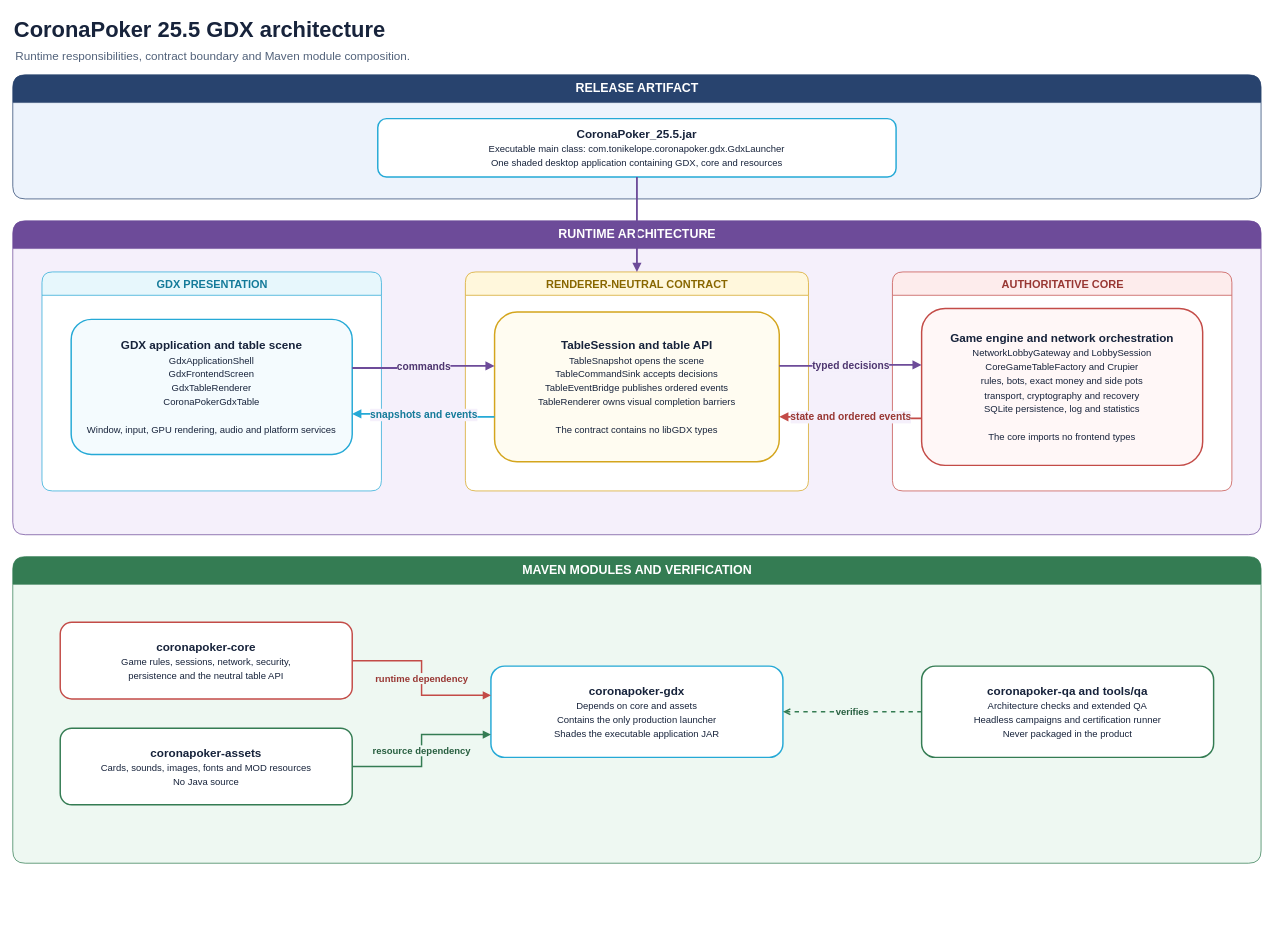
Above: docs/diagrams/coronapoker-module-map.drawio in tonikelope/coronapoker (draw.io), before the change. Source tidied: cells renumbered, new cells numbered last; positions are measured from the earlier drawing's top-left corner, leaving out a move shared by most shapes. Both pictures are drawn from the tidied source at 73%, with x=0, y=0 at pixel (12, 12).
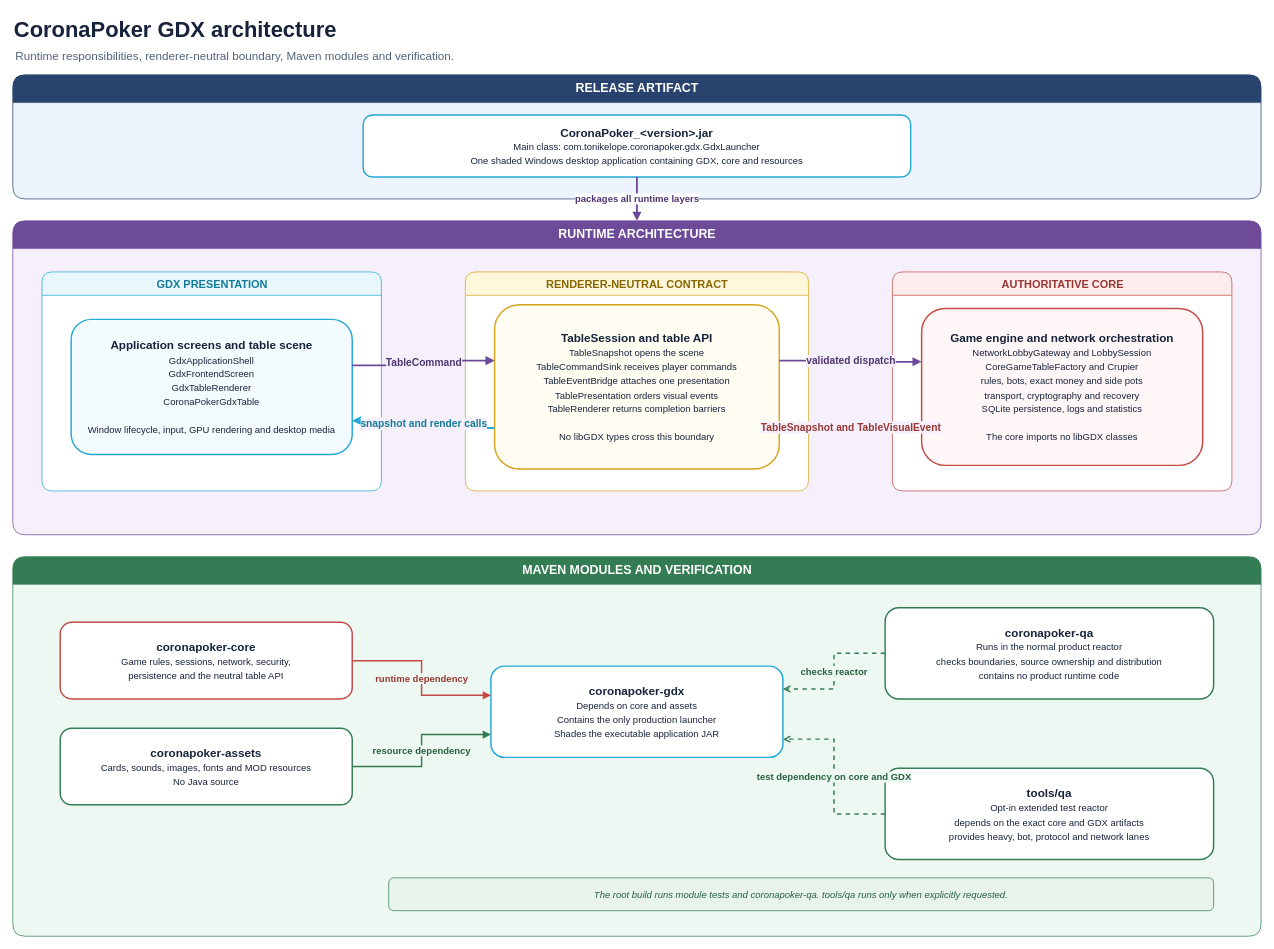
The same page after the edit.

Commit message (it also covers changes not shown here):
Correct GDX architecture documentation

Unchanged cells that the change refers to:
```xml
<mxCell id="6" value="RUNTIME ARCHITECTURE" style="swimlane;html=1;rounded=1;startSize=38;horizontal=1;fillColor=#6D4B99;swimlaneFillColor=#F5F0FB;strokeColor=#6D4B99;fontColor=#FFFFFF;fontSize=17;fontStyle=1;" parent="1" vertex="1">
  <mxGeometry y="285" width="1710" height="430" as="geometry" />
</mxCell>
<mxCell id="9" value="RENDERER-NEUTRAL CONTRACT" style="swimlane;html=1;rounded=1;startSize=32;horizontal=1;fillColor=#FFF7DC;swimlaneFillColor=#FFFFFF;strokeColor=#D4A51D;fontColor=#886600;fontSize=15;fontStyle=1;" parent="1" vertex="1">
  <mxGeometry x="620" y="355" width="470" height="300" as="geometry" />
</mxCell>
<mxCell id="21" value="&lt;b&gt;coronapoker-gdx&lt;/b&gt;&lt;br&gt;&lt;font size=&quot;2&quot;&gt;Depends on core and assets&lt;br&gt;Contains the only production launcher&lt;br&gt;Shades the executable application JAR&lt;/font&gt;" style="rounded=1;whiteSpace=wrap;html=1;fillColor=#FFFFFF;strokeColor=#25A9D6;strokeWidth=2;fontColor=#17233B;fontSize=16;" parent="1" vertex="1">
  <mxGeometry x="655" y="895" width="400" height="125" as="geometry" />
</mxCell>
```

Diff of the diagram source:
```diff
@@
-    <mxCell id="2" value="CoronaPoker 25.5 GDX architecture" style="text;html=1;strokeColor=none;fillColor=none;align=left;verticalAlign=middle;fontSize=30;fontStyle=1;fontColor=#17233B;" parent="1" vertex="1">
+    <mxCell id="2" value="CoronaPoker GDX architecture" style="text;html=1;strokeColor=none;fillColor=none;align=left;verticalAlign=middle;fontSize=30;fontStyle=1;fontColor=#17233B;" parent="1" vertex="1">
       <mxGeometry width="1050" height="45" as="geometry" />
     </mxCell>
-    <mxCell id="3" value="Runtime responsibilities, contract boundary and Maven module composition." style="text;html=1;strokeColor=none;fillColor=none;align=left;verticalAlign=middle;fontSize=16;fontColor=#52627A;" parent="1" vertex="1">
-      <mxGeometry x="2" y="45" width="1200" height="28" as="geometry" />
+    <mxCell id="3" value="Runtime responsibilities, renderer-neutral boundary, Maven modules and verification." style="text;html=1;strokeColor=none;fillColor=none;align=left;verticalAlign=middle;fontSize=16;fontColor=#52627A;" parent="1" vertex="1">
+      <mxGeometry x="2" y="45" width="1400" height="28" as="geometry" />
     </mxCell>
@@
-    <mxCell id="5" value="&lt;b&gt;CoronaPoker_25.5.jar&lt;/b&gt;&lt;br&gt;&lt;font size=&quot;2&quot;&gt;Executable main class: com.tonikelope.coronapoker.gdx.GdxLauncher&lt;br&gt;One shaded desktop application containing GDX, core and resources&lt;/font&gt;" style="rounded=1;whiteSpace=wrap;html=1;fillColor=#FFFFFF;strokeColor=#25A9D6;strokeWidth=2;fontColor=#17233B;fontSize=16;" parent="1" vertex="1">
-      <mxGeometry x="500" y="145" width="710" height="80" as="geometry" />
+    <mxCell id="5" value="&lt;b&gt;CoronaPoker_&amp;lt;version&amp;gt;.jar&lt;/b&gt;&lt;br&gt;&lt;font size=&quot;2&quot;&gt;Main class: com.tonikelope.coronapoker.gdx.GdxLauncher&lt;br&gt;One shaded Windows desktop application containing GDX, core and resources&lt;/font&gt;" style="rounded=1;whiteSpace=wrap;html=1;fillColor=#FFFFFF;strokeColor=#25A9D6;strokeWidth=2;fontColor=#17233B;fontSize=16;" parent="1" vertex="1">
+      <mxGeometry x="480" y="140" width="750" height="85" as="geometry" />
     </mxCell>
@@
-    <mxCell id="8" value="&lt;b&gt;GDX application and table scene&lt;/b&gt;&lt;br&gt;&lt;font size=&quot;2&quot;&gt;GdxApplicationShell&lt;br&gt;GdxFrontendScreen&lt;br&gt;GdxTableRenderer&lt;br&gt;CoronaPokerGdxTable&lt;br&gt;&lt;br&gt;Window, input, GPU rendering, audio and platform services&lt;/font&gt;" style="rounded=1;whiteSpace=wrap;html=1;fillColor=#F4FBFE;strokeColor=#25A9D6;strokeWidth=2;fontColor=#17233B;fontSize=16;" parent="1" vertex="1">
+    <mxCell id="8" value="&lt;b&gt;Application screens and table scene&lt;/b&gt;&lt;br&gt;&lt;font size=&quot;2&quot;&gt;GdxApplicationShell&lt;br&gt;GdxFrontendScreen&lt;br&gt;GdxTableRenderer&lt;br&gt;CoronaPokerGdxTable&lt;br&gt;&lt;br&gt;Window lifecycle, input, GPU rendering and desktop media&lt;/font&gt;" style="rounded=1;whiteSpace=wrap;html=1;fillColor=#F4FBFE;strokeColor=#25A9D6;strokeWidth=2;fontColor=#17233B;fontSize=16;" parent="1" vertex="1">
       <mxGeometry x="80" y="420" width="385" height="185" as="geometry" />
     </mxCell>
@@
-    <mxCell id="10" value="&lt;b&gt;TableSession and table API&lt;/b&gt;&lt;br&gt;&lt;font size=&quot;2&quot;&gt;TableSnapshot opens the scene&lt;br&gt;TableCommandSink accepts decisions&lt;br&gt;TableEventBridge publishes ordered events&lt;br&gt;TableRenderer owns visual completion barriers&lt;br&gt;&lt;br&gt;The contract contains no libGDX types&lt;/font&gt;" style="rounded=1;whiteSpace=wrap;html=1;fillColor=#FFFCF1;strokeColor=#D4A51D;strokeWidth=2;fontColor=#17233B;fontSize=16;" parent="1" vertex="1">
-      <mxGeometry x="660" y="410" width="390" height="205" as="geometry" />
+    <mxCell id="10" value="&lt;b&gt;TableSession and table API&lt;/b&gt;&lt;br&gt;&lt;font size=&quot;2&quot;&gt;TableSnapshot opens the scene&lt;br&gt;TableCommandSink receives player commands&lt;br&gt;TableEventBridge attaches one presentation&lt;br&gt;TablePresentation orders visual events&lt;br&gt;TableRenderer returns completion barriers&lt;br&gt;&lt;br&gt;No libGDX types cross this boundary&lt;/font&gt;" style="rounded=1;whiteSpace=wrap;html=1;fillColor=#FFFCF1;strokeColor=#D4A51D;strokeWidth=2;fontColor=#17233B;fontSize=16;" parent="1" vertex="1">
+      <mxGeometry x="660" y="400" width="390" height="225" as="geometry" />
     </mxCell>
@@
-    <mxCell id="12" value="&lt;b&gt;Game engine and network orchestration&lt;/b&gt;&lt;br&gt;&lt;font size=&quot;2&quot;&gt;NetworkLobbyGateway and LobbySession&lt;br&gt;CoreGameTableFactory and Crupier&lt;br&gt;rules, bots, exact money and side pots&lt;br&gt;transport, cryptography and recovery&lt;br&gt;SQLite persistence, log and statistics&lt;br&gt;&lt;br&gt;The core imports no frontend types&lt;/font&gt;" style="rounded=1;whiteSpace=wrap;html=1;fillColor=#FFF7F7;strokeColor=#C34B47;strokeWidth=2;fontColor=#17233B;fontSize=16;" parent="1" vertex="1">
+    <mxCell id="12" value="&lt;b&gt;Game engine and network orchestration&lt;/b&gt;&lt;br&gt;&lt;font size=&quot;2&quot;&gt;NetworkLobbyGateway and LobbySession&lt;br&gt;CoreGameTableFactory and Crupier&lt;br&gt;rules, bots, exact money and side pots&lt;br&gt;transport, cryptography and recovery&lt;br&gt;SQLite persistence, logs and statistics&lt;br&gt;&lt;br&gt;The core imports no libGDX classes&lt;/font&gt;" style="rounded=1;whiteSpace=wrap;html=1;fillColor=#FFF7F7;strokeColor=#C34B47;strokeWidth=2;fontColor=#17233B;fontSize=16;" parent="1" vertex="1">
       <mxGeometry x="1245" y="405" width="385" height="215" as="geometry" />
     </mxCell>
-    <mxCell id="13" style="edgeStyle=orthogonalEdgeStyle;rounded=0;html=1;endArrow=block;endFill=1;strokeColor=#6D4B99;strokeWidth=2.5;exitX=0.5;exitY=1;entryX=0.5;entryY=0;" parent="1" edge="1" source="5" target="9">
+    <mxCell id="13" value="packages all runtime layers" style="edgeStyle=orthogonalEdgeStyle;rounded=0;html=1;endArrow=block;endFill=1;strokeColor=#6D4B99;strokeWidth=2.5;fontColor=#4E3670;fontSize=13;fontStyle=1;labelBackgroundColor=#FFFFFF;exitX=0.5;exitY=1;entryX=0.5;entryY=0;" parent="1" edge="1" source="5" target="6">
       <mxGeometry relative="1" as="geometry" />
     </mxCell>
-    <mxCell id="14" value="commands" style="edgeStyle=orthogonalEdgeStyle;rounded=0;html=1;endArrow=block;endFill=1;strokeColor=#6D4B99;strokeWidth=2.5;fontColor=#4E3670;fontSize=14;fontStyle=1;labelBackgroundColor=#F5F0FB;exitX=1;exitY=0.36;entryX=0;entryY=0.36;" parent="1" edge="1" source="8" target="10">
+    <mxCell id="14" value="TableCommand" style="edgeStyle=orthogonalEdgeStyle;rounded=0;html=1;endArrow=block;endFill=1;strokeColor=#6D4B99;strokeWidth=2.5;fontColor=#4E3670;fontSize=14;fontStyle=1;labelBackgroundColor=#F5F0FB;exitX=1;exitY=0.34;entryX=0;entryY=0.34;" parent="1" edge="1" source="8" target="10">
       <mxGeometry relative="1" as="geometry" />
     </mxCell>
-    <mxCell id="15" value="snapshots and events" style="edgeStyle=orthogonalEdgeStyle;rounded=0;html=1;endArrow=block;endFill=1;strokeColor=#25A9D6;strokeWidth=2.5;fontColor=#147A99;fontSize=14;fontStyle=1;labelBackgroundColor=#F5F0FB;exitX=0;exitY=0.70;entryX=1;entryY=0.70;" parent="1" edge="1" source="10" target="8">
+    <mxCell id="15" value="snapshot and render calls" style="edgeStyle=orthogonalEdgeStyle;rounded=0;html=1;endArrow=block;endFill=1;strokeColor=#25A9D6;strokeWidth=2.5;fontColor=#147A99;fontSize=14;fontStyle=1;labelBackgroundColor=#F5F0FB;exitX=0;exitY=0.75;entryX=1;entryY=0.75;" parent="1" edge="1" source="10" target="8">
       <mxGeometry relative="1" as="geometry" />
     </mxCell>
-    <mxCell id="16" value="typed decisions" style="edgeStyle=orthogonalEdgeStyle;rounded=0;html=1;endArrow=block;endFill=1;strokeColor=#6D4B99;strokeWidth=2.5;fontColor=#4E3670;fontSize=14;fontStyle=1;labelBackgroundColor=#F5F0FB;exitX=1;exitY=0.36;entryX=0;entryY=0.36;" parent="1" edge="1" source="10" target="12">
+    <mxCell id="16" value="validated dispatch" style="edgeStyle=orthogonalEdgeStyle;rounded=0;html=1;endArrow=block;endFill=1;strokeColor=#6D4B99;strokeWidth=2.5;fontColor=#4E3670;fontSize=14;fontStyle=1;labelBackgroundColor=#F5F0FB;exitX=1;exitY=0.34;entryX=0;entryY=0.34;" parent="1" edge="1" source="10" target="12">
       <mxGeometry relative="1" as="geometry" />
     </mxCell>
-    <mxCell id="17" value="state and ordered events" style="edgeStyle=orthogonalEdgeStyle;rounded=0;html=1;endArrow=block;endFill=1;strokeColor=#C34B47;strokeWidth=2.5;fontColor=#983733;fontSize=14;fontStyle=1;labelBackgroundColor=#F5F0FB;exitX=0;exitY=0.70;entryX=1;entryY=0.70;" parent="1" edge="1" source="12" target="10">
+    <mxCell id="17" value="TableSnapshot and TableVisualEvent" style="edgeStyle=orthogonalEdgeStyle;rounded=0;html=1;endArrow=block;endFill=1;strokeColor=#C34B47;strokeWidth=2.5;fontColor=#983733;fontSize=14;fontStyle=1;labelBackgroundColor=#F5F0FB;exitX=0;exitY=0.75;entryX=1;entryY=0.75;" parent="1" edge="1" source="12" target="10">
       <mxGeometry relative="1" as="geometry" />
     </mxCell>
     <mxCell id="18" value="MAVEN MODULES AND VERIFICATION" style="swimlane;html=1;rounded=1;startSize=38;horizontal=1;fillColor=#347C53;swimlaneFillColor=#EEF8F2;strokeColor=#347C53;fontColor=#FFFFFF;fontSize=17;fontStyle=1;" parent="1" vertex="1">
-      <mxGeometry y="745" width="1710" height="420" as="geometry" />
+      <mxGeometry y="745" width="1710" height="520" as="geometry" />
     </mxCell>
@@
-    <mxCell id="22" value="&lt;b&gt;coronapoker-qa and tools/qa&lt;/b&gt;&lt;br&gt;&lt;font size=&quot;2&quot;&gt;Architecture checks and extended QA&lt;br&gt;Headless campaigns and certification runner&lt;br&gt;Never packaged in the product&lt;/font&gt;" style="rounded=1;whiteSpace=wrap;html=1;fillColor=#FFFFFF;strokeColor=#347C53;strokeWidth=2;fontColor=#17233B;fontSize=16;" parent="1" vertex="1">
-      <mxGeometry x="1245" y="895" width="400" height="125" as="geometry" />
+    <mxCell id="22" value="&lt;b&gt;coronapoker-qa&lt;/b&gt;&lt;br&gt;&lt;font size=&quot;2&quot;&gt;Runs in the normal product reactor&lt;br&gt;checks boundaries, source ownership and distribution&lt;br&gt;contains no product runtime code&lt;/font&gt;" style="rounded=1;whiteSpace=wrap;html=1;fillColor=#FFFFFF;strokeColor=#347C53;strokeWidth=2;fontColor=#17233B;fontSize=16;" parent="1" vertex="1">
+      <mxGeometry x="1195" y="815" width="450" height="125" as="geometry" />
     </mxCell>
+    <mxCell id="26" value="&lt;b&gt;tools/qa&lt;/b&gt;&lt;br&gt;&lt;font size=&quot;2&quot;&gt;Opt-in extended test reactor&lt;br&gt;depends on the exact core and GDX artifacts&lt;br&gt;provides heavy, bot, protocol and network lanes&lt;/font&gt;" style="rounded=1;whiteSpace=wrap;html=1;fillColor=#FFFFFF;strokeColor=#347C53;strokeWidth=2;fontColor=#17233B;fontSize=16;" parent="1" vertex="1">
+      <mxGeometry x="1195" y="1035" width="450" height="125" as="geometry" />
+    </mxCell>
@@
-    <mxCell id="25" value="verifies" style="edgeStyle=orthogonalEdgeStyle;rounded=0;html=1;endArrow=open;endFill=0;dashed=1;strokeColor=#347C53;strokeWidth=2;fontColor=#285F40;fontSize=13;fontStyle=1;labelBackgroundColor=#EEF8F2;exitX=0;exitY=0.5;entryX=1;entryY=0.5;" parent="1" edge="1" source="22" target="21">
+    <mxCell id="25" value="checks reactor" style="edgeStyle=orthogonalEdgeStyle;rounded=0;html=1;endArrow=open;endFill=0;dashed=1;strokeColor=#347C53;strokeWidth=2;fontColor=#285F40;fontSize=13;fontStyle=1;labelBackgroundColor=#EEF8F2;exitX=0;exitY=0.5;entryX=1;entryY=0.25;" parent="1" edge="1" source="22" target="21">
       <mxGeometry relative="1" as="geometry" />
     </mxCell>
+    <mxCell id="27" value="test dependency on core and GDX" style="edgeStyle=orthogonalEdgeStyle;rounded=0;html=1;endArrow=open;endFill=0;dashed=1;strokeColor=#347C53;strokeWidth=2;fontColor=#285F40;fontSize=13;fontStyle=1;labelBackgroundColor=#EEF8F2;exitX=0;exitY=0.5;entryX=1;entryY=0.80;" parent="1" edge="1" source="26" target="21">
+      <mxGeometry relative="1" as="geometry" />
+    </mxCell>
+    <mxCell id="28" value="The root build runs module tests and coronapoker-qa. tools/qa runs only when explicitly requested." style="rounded=1;whiteSpace=wrap;html=1;fillColor=#E7F3EB;strokeColor=#347C53;fontColor=#285F40;fontSize=13;fontStyle=2;" parent="1" vertex="1">
+      <mxGeometry x="515" y="1185" width="1130" height="45" as="geometry" />
+    </mxCell>
```
